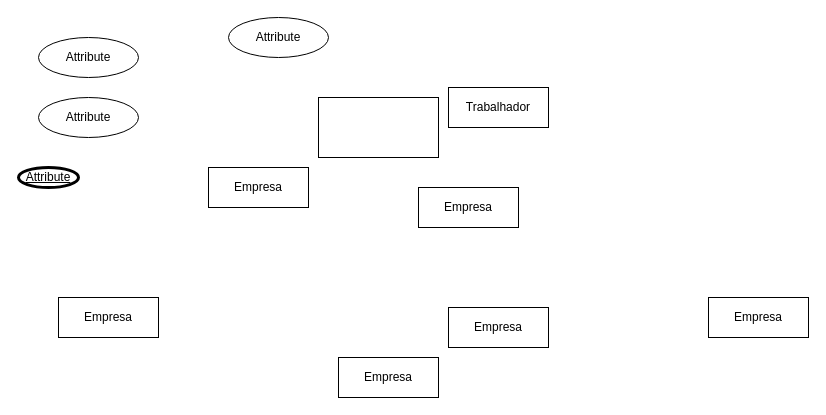
Earlier version of the draw.io diagram Diagrama sem nome.drawio (Igao2/Igao2). Source tidied: cells renumbered, new cells numbered last; positions are measured from the earlier drawing's top-left corner, leaving out a move shared by most shapes. Both pictures are drawn from the tidied source at 100%, with x=0, y=0 at pixel (18, 17).
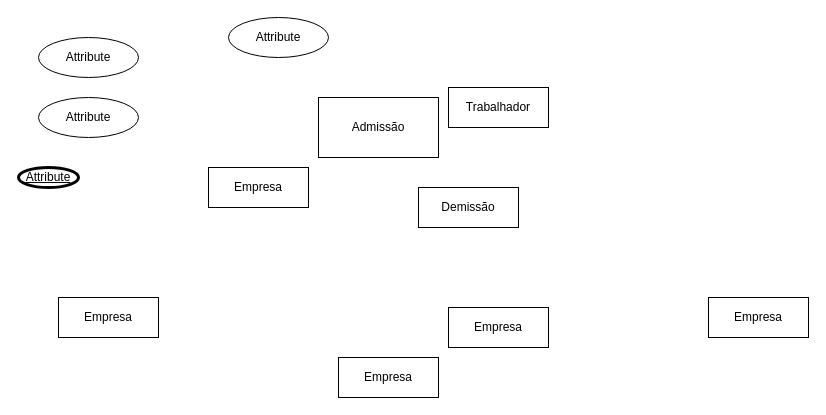
The same diagram, later.

Change to the diagram source:
```diff
@@
 <mxGraphModel>
   <root>
     <mxCell id="0" />
     <mxCell id="1" parent="0" />
     <mxCell id="2" value="Empresa&lt;br&gt;" style="whiteSpace=wrap;html=1;align=center;" parent="1" vertex="1">
       <mxGeometry x="190" y="150" width="100" height="40" as="geometry" />
     </mxCell>
     <mxCell id="3" value="Attribute" style="ellipse;whiteSpace=wrap;html=1;align=center;" parent="1" vertex="1">
       <mxGeometry x="210" width="100" height="40" as="geometry" />
     </mxCell>
     <mxCell id="4" value="Attribute" style="ellipse;whiteSpace=wrap;html=1;align=center;" parent="1" vertex="1">
       <mxGeometry x="20" y="20" width="100" height="40" as="geometry" />
     </mxCell>
     <mxCell id="5" value="Attribute" style="ellipse;whiteSpace=wrap;html=1;align=center;" parent="1" vertex="1">
       <mxGeometry x="20" y="80" width="100" height="40" as="geometry" />
     </mxCell>
     <mxCell id="6" value="Attribute" style="ellipse;whiteSpace=wrap;html=1;align=center;fontStyle=4;strokeWidth=3;" parent="1" vertex="1">
       <mxGeometry y="150" width="60" height="20" as="geometry" />
     </mxCell>
-    <mxCell id="7" value="Empresa&lt;br&gt;" style="whiteSpace=wrap;html=1;align=center;" parent="1" vertex="1">
+    <mxCell id="7" value="Demissão" style="whiteSpace=wrap;html=1;align=center;" parent="1" vertex="1">
       <mxGeometry x="400" y="170" width="100" height="40" as="geometry" />
     </mxCell>
     <mxCell id="8" value="Empresa&lt;br&gt;" style="whiteSpace=wrap;html=1;align=center;" parent="1" vertex="1">
       <mxGeometry x="430" y="290" width="100" height="40" as="geometry" />
     </mxCell>
     <mxCell id="9" value="Empresa&lt;br&gt;" style="whiteSpace=wrap;html=1;align=center;" parent="1" vertex="1">
       <mxGeometry x="320" y="340" width="100" height="40" as="geometry" />
     </mxCell>
     <mxCell id="10" value="Trabalhador&lt;br&gt;" style="whiteSpace=wrap;html=1;align=center;" parent="1" vertex="1">
       <mxGeometry x="430" y="70" width="100" height="40" as="geometry" />
     </mxCell>
     <mxCell id="11" value="Empresa&lt;br&gt;" style="whiteSpace=wrap;html=1;align=center;" parent="1" vertex="1">
       <mxGeometry x="690" y="280" width="100" height="40" as="geometry" />
     </mxCell>
     <mxCell id="12" value="Empresa&lt;br&gt;" style="whiteSpace=wrap;html=1;align=center;" parent="1" vertex="1">
       <mxGeometry x="40" y="280" width="100" height="40" as="geometry" />
     </mxCell>
-    <mxCell id="13" style="rounded=0;whiteSpace=wrap;html=1;" parent="1" vertex="1">
+    <mxCell id="13" value="Admissão" style="rounded=0;whiteSpace=wrap;html=1;" parent="1" vertex="1">
       <mxGeometry x="300" y="80" width="120" height="60" as="geometry" />
     </mxCell>
   </root>
 </mxGraphModel>
```
